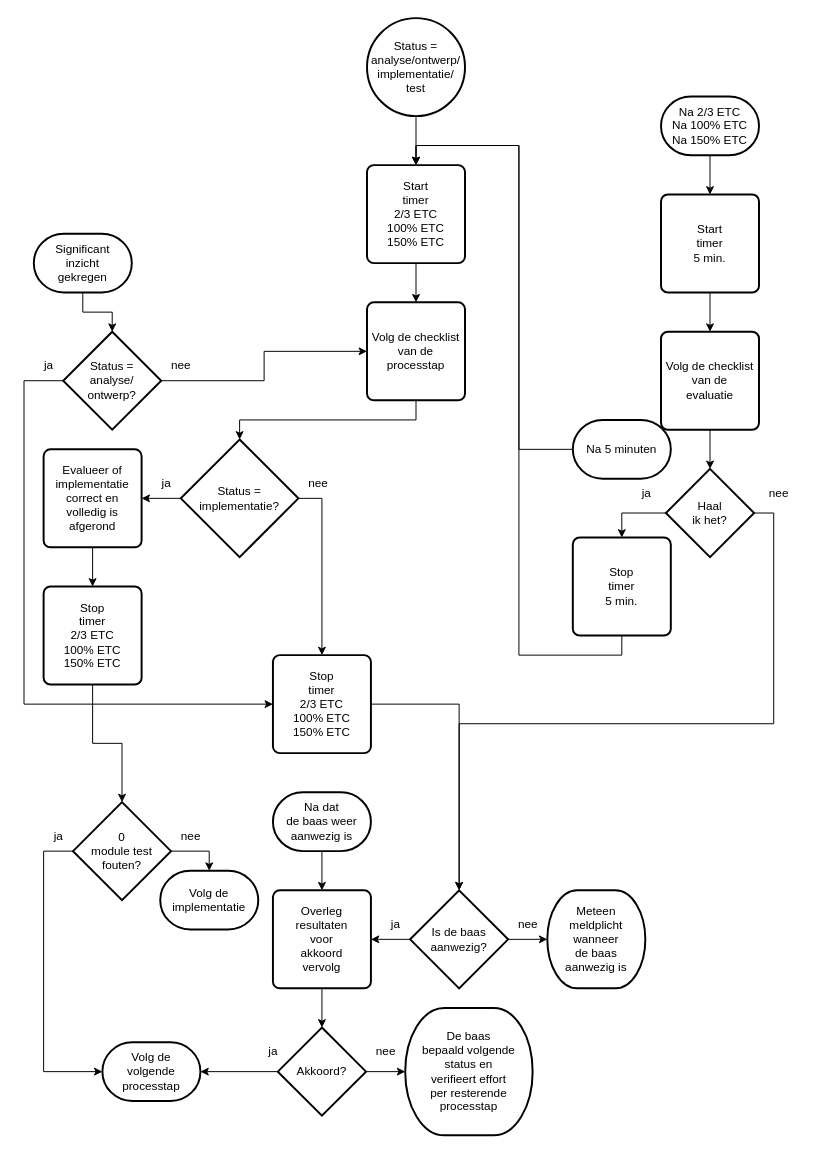
The draw.io diagram 2 Issue Tracker tijdtriggers.drawio in Zaibatsu89/IssueTracker, before the edit. Source tidied: cells renumbered, new cells numbered last; positions are measured from the earlier drawing's top-left corner, leaving out a move shared by most shapes. Both pictures are drawn from the tidied source at 98%, with x=0, y=0 at pixel (24, 18).
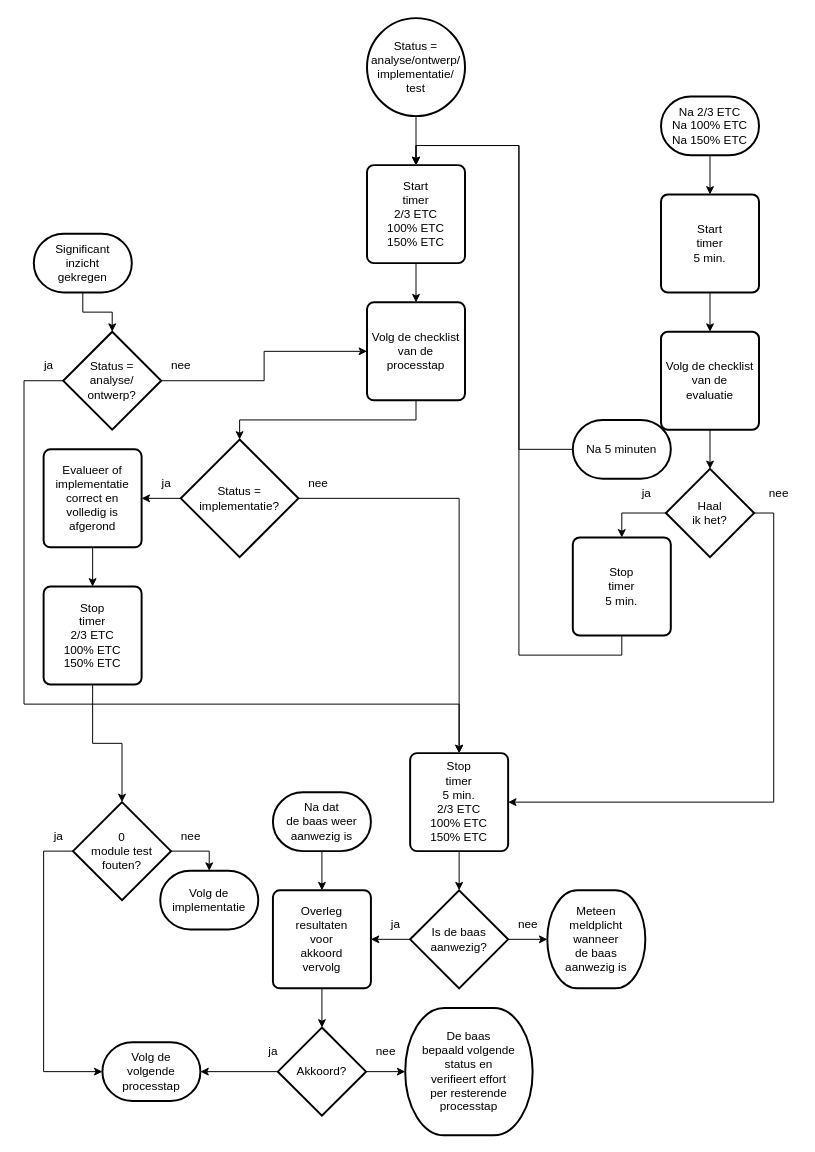
The same diagram, later.

Commit message (it also covers changes not shown here):
alles in flowchart controleren of er een timer loopt

The change refers to these unchanged cells:
```xml
<mxCell id="6" value="Volg de checklist&lt;br&gt;van de&lt;br&gt;processtap" style="rounded=1;whiteSpace=wrap;html=1;absoluteArcSize=1;arcSize=14;strokeWidth=2;" parent="1" vertex="1">
  <mxGeometry x="350" y="290" width="100" height="100" as="geometry" />
</mxCell>
<mxCell id="18" value="Haal&lt;br&gt;ik het?" style="strokeWidth=2;html=1;shape=mxgraph.flowchart.decision;whiteSpace=wrap;" parent="1" vertex="1">
  <mxGeometry x="655" y="460" width="90" height="90" as="geometry" />
</mxCell>
<mxCell id="31" value="Is de baas&lt;br&gt;aanwezig?" style="strokeWidth=2;html=1;shape=mxgraph.flowchart.decision;whiteSpace=wrap;" parent="1" vertex="1">
  <mxGeometry x="394" y="890" width="100" height="100" as="geometry" />
</mxCell>
<mxCell id="44" value="Status =&lt;br&gt;analyse/&lt;br&gt;ontwerp?" style="strokeWidth=2;html=1;shape=mxgraph.flowchart.decision;whiteSpace=wrap;" parent="1" vertex="1">
  <mxGeometry x="40" y="320" width="100" height="100" as="geometry" />
</mxCell>
```

Change to the diagram source:
```diff
@@
+    <mxCell id="61" style="edgeStyle=orthogonalEdgeStyle;rounded=0;jettySize=auto;html=1;" parent="1" edge="1" source="16" target="31">
+      <mxGeometry relative="1" as="geometry" />
+    </mxCell>
-    <mxCell id="16" value="Stop&lt;br&gt;timer&lt;br&gt;2/3 ETC&lt;br&gt;100% ETC&lt;br&gt;150% ETC" style="rounded=1;whiteSpace=wrap;html=1;absoluteArcSize=1;arcSize=14;strokeWidth=2;" parent="1" vertex="1">
-      <mxGeometry x="254" y="650" width="100" height="100" as="geometry" />
+    <mxCell id="16" value="Stop&lt;br&gt;timer&lt;br&gt;5 min.&lt;br&gt;2/3 ETC&lt;br&gt;100% ETC&lt;br&gt;150% ETC" style="rounded=1;whiteSpace=wrap;html=1;absoluteArcSize=1;arcSize=14;strokeWidth=2;" parent="1" vertex="1">
+      <mxGeometry x="394" y="750" width="100" height="100" as="geometry" />
     </mxCell>
@@
+    <mxCell id="66" style="edgeStyle=orthogonalEdgeStyle;rounded=0;jettySize=auto;html=1;exitX=1;exitY=0.5;exitDx=0;exitDy=0;exitPerimeter=0;entryX=1;entryY=0.5;entryDx=0;entryDy=0;" parent="1" edge="1" source="18" target="16">
+      <mxGeometry relative="1" as="geometry" />
+    </mxCell>
@@
-    <mxCell id="35" style="edgeStyle=orthogonalEdgeStyle;rounded=0;jettySize=auto;html=1;exitX=1;exitY=0.5;exitDx=0;exitDy=0;exitPerimeter=0;entryX=0.5;entryY=0;entryDx=0;entryDy=0;entryPerimeter=0;" parent="1" edge="1" source="18" target="31">
-      <mxGeometry relative="1" as="geometry" />
-    </mxCell>
@@
+    <mxCell id="43" style="edgeStyle=orthogonalEdgeStyle;rounded=0;jettySize=auto;html=1;exitX=1;exitY=0.5;exitDx=0;exitDy=0;exitPerimeter=0;entryX=0;entryY=0.5;entryDx=0;entryDy=0;" parent="1" edge="1" source="44" target="6">
+      <mxGeometry relative="1" as="geometry" />
+    </mxCell>
-    <mxCell id="42" style="edgeStyle=orthogonalEdgeStyle;rounded=0;jettySize=auto;html=1;exitX=0;exitY=0.5;exitDx=0;exitDy=0;exitPerimeter=0;entryX=0;entryY=0.5;entryDx=0;entryDy=0;" parent="1" edge="1" source="44" target="16">
+    <mxCell id="42" style="edgeStyle=orthogonalEdgeStyle;rounded=0;jettySize=auto;html=1;exitX=0;exitY=0.5;exitDx=0;exitDy=0;exitPerimeter=0;entryX=0.5;entryY=0;entryDx=0;entryDy=0;" parent="1" edge="1" source="44" target="16">
       <mxGeometry relative="1" as="geometry">
         <Array as="points">
           <mxPoint y="370" />
           <mxPoint y="700" />
+          <mxPoint x="444" y="700" />
         </Array>
       </mxGeometry>
     </mxCell>
-    <mxCell id="43" style="edgeStyle=orthogonalEdgeStyle;rounded=0;jettySize=auto;html=1;exitX=1;exitY=0.5;exitDx=0;exitDy=0;exitPerimeter=0;entryX=0;entryY=0.5;entryDx=0;entryDy=0;" parent="1" edge="1" source="44" target="6">
-      <mxGeometry relative="1" as="geometry" />
-    </mxCell>
@@
-    <mxCell id="61" style="edgeStyle=orthogonalEdgeStyle;rounded=0;jettySize=auto;html=1;entryX=0.5;entryY=0;entryDx=0;entryDy=0;entryPerimeter=0;" parent="1" edge="1" source="16" target="31">
-      <mxGeometry relative="1" as="geometry" />
-    </mxCell>
```
